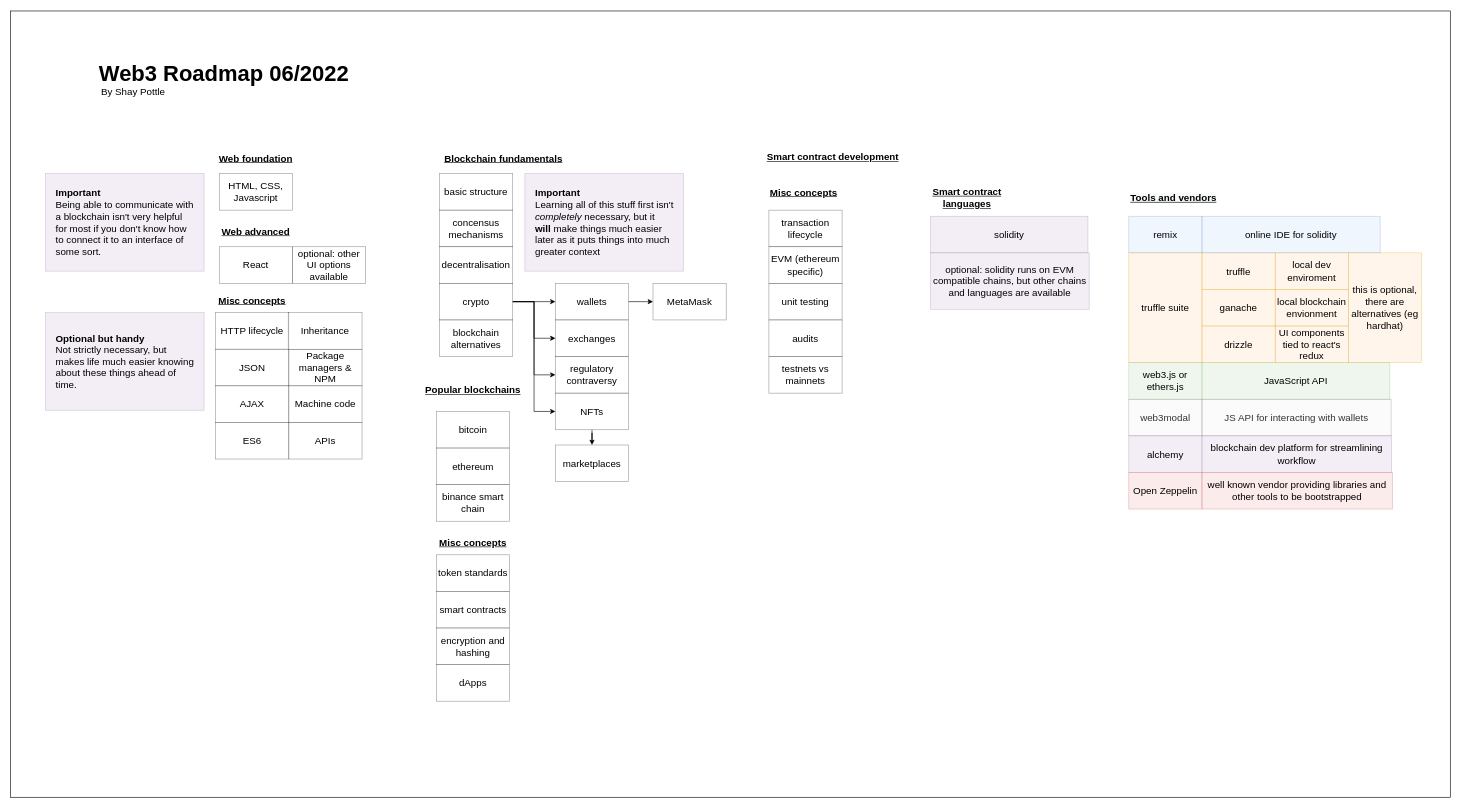
This is page "Overarching map" (1 of 4) of web3_roadmap.drawio from p3z/web3-lab, a draw.io file, before an edit. Source tidied: cells renumbered, new cells numbered last; positions are measured from the earlier drawing's top-left corner, leaving out a move shared by most shapes. Both pictures are drawn from the tidied source at 61%, with x=0, y=0 at pixel (10, 11).
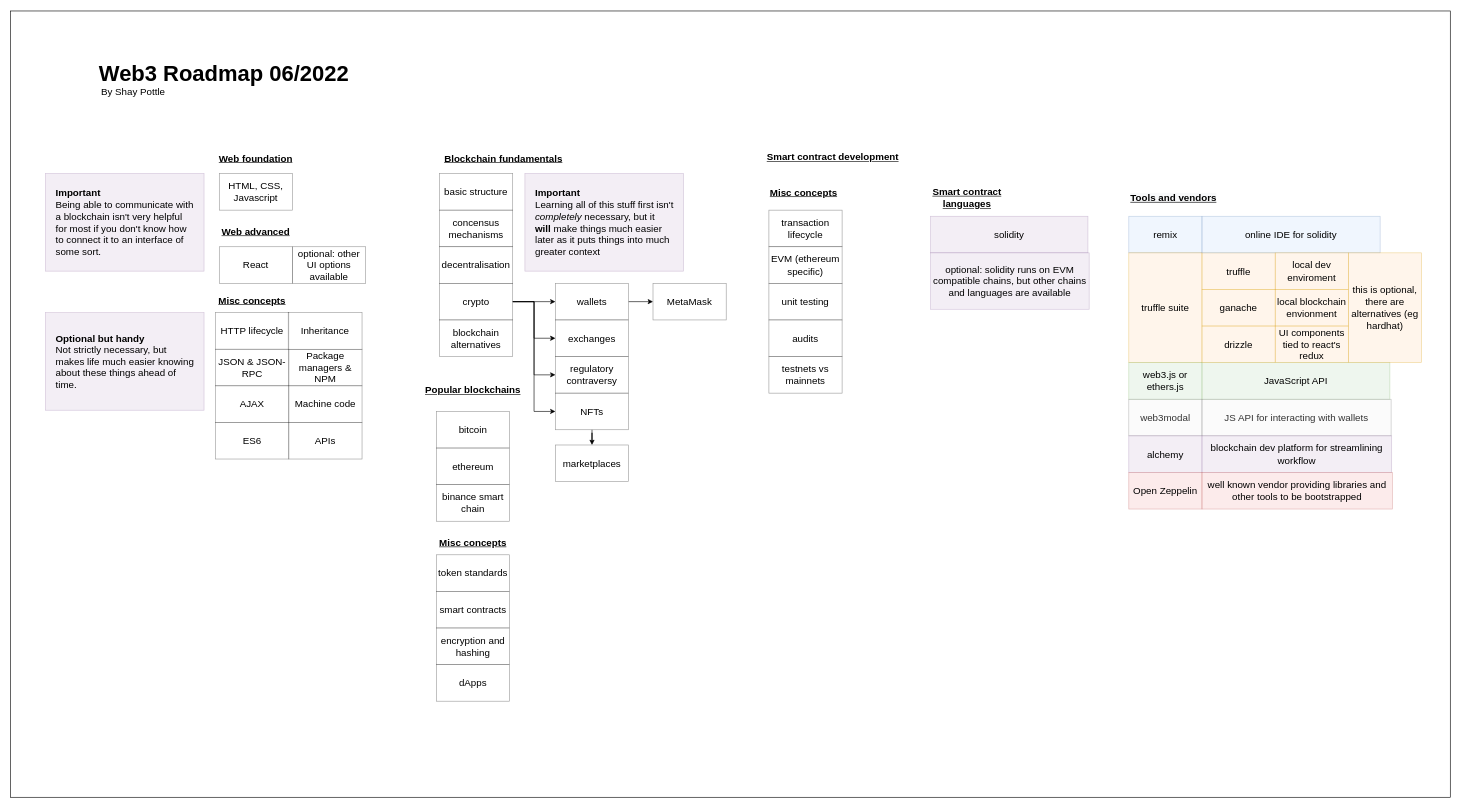
The same page after the edit.

Diff of the diagram source:
```diff
@@
-    <mxCell id="40" value="JSON" style="rounded=0;whiteSpace=wrap;html=1;fontSize=16;opacity=40;" parent="1" vertex="1">
+    <mxCell id="40" value="JSON &amp;amp; JSON-RPC" style="rounded=0;whiteSpace=wrap;html=1;fontSize=16;opacity=40;" parent="1" vertex="1">
       <mxGeometry x="336" y="554" width="120" height="60" as="geometry" />
     </mxCell>
```
